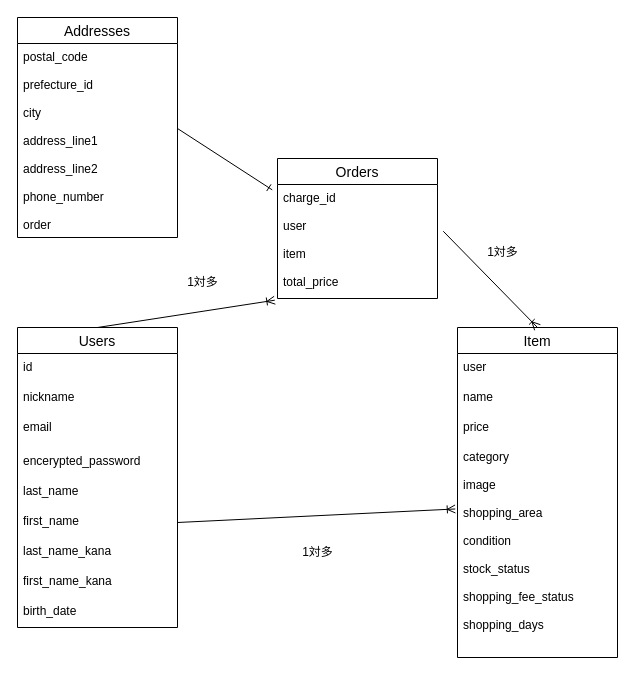
Before: test.dio in kphayato/furima-41459, a draw.io diagram. Source tidied: cells renumbered, new cells numbered last; positions are measured from the earlier drawing's top-left corner, leaving out a move shared by most shapes. Both pictures are drawn from the tidied source at 100%, with x=0, y=0 at pixel (17, 17).
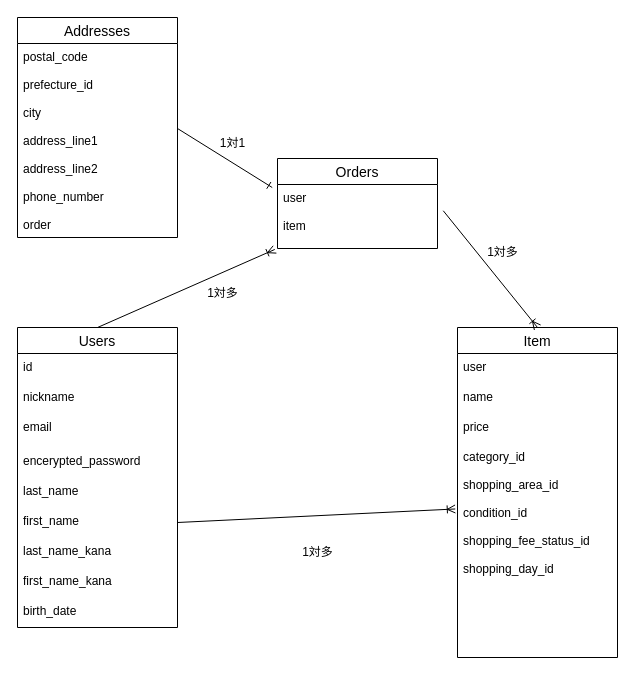
After the change.

Commit message (it also covers changes not shown here):
READMEの修正、ER図の修正

The change refers to these unchanged cells:
```xml
<mxCell id="5" value="Item" style="swimlane;fontStyle=0;horizontal=1;startSize=26;align=center;fontSize=14;" parent="1" vertex="1">
  <mxGeometry x="440" y="310" width="160" height="330" as="geometry" />
</mxCell>
```

Change to the diagram source:
```diff
@@
-    <mxCell id="9" value="category&#10;&#10;image&#10;&#10;shopping_area&#10;&#10;condition&#10;&#10;stock_status&#10;&#10;shopping_fee_status&#10;&#10;shopping_days&#10;" style="text;strokeColor=none;fillColor=none;spacingLeft=4;spacingRight=4;overflow=hidden;points=[[0,0.5],[1,0.5]];portConstraint=eastwest;fontSize=12;" parent="5" vertex="1">
+    <mxCell id="9" value="category_id&#10;&#10;shopping_area_id&#10;&#10;condition_id&#10;&#10;shopping_fee_status_id&#10;&#10;shopping_day_id&#10;" style="text;strokeColor=none;fillColor=none;spacingLeft=4;spacingRight=4;overflow=hidden;points=[[0,0.5],[1,0.5]];portConstraint=eastwest;fontSize=12;" parent="5" vertex="1">
       <mxGeometry y="116" width="160" height="214" as="geometry" />
     </mxCell>
     <mxCell id="10" value="Orders" style="swimlane;fontStyle=0;horizontal=1;startSize=26;align=center;fontSize=14;" parent="1" vertex="1">
-      <mxGeometry x="260" y="141" width="160" height="140" as="geometry" />
+      <mxGeometry x="260" y="141" width="160" height="90" as="geometry" />
     </mxCell>
-    <mxCell id="11" value="charge_id&#10;&#10;user&#10;&#10;item&#10;&#10;total_price&#10;" style="text;strokeColor=none;fillColor=none;spacingLeft=4;spacingRight=4;overflow=hidden;points=[[0,0.5],[1,0.5]];portConstraint=eastwest;fontSize=12;" parent="10" vertex="1">
-      <mxGeometry y="26" width="160" height="114" as="geometry" />
+    <mxCell id="11" value="user&#10;&#10;item" style="text;strokeColor=none;fillColor=none;spacingLeft=4;spacingRight=4;overflow=hidden;points=[[0,0.5],[1,0.5]];portConstraint=eastwest;fontSize=12;" parent="10" vertex="1">
+      <mxGeometry y="26" width="160" height="64" as="geometry" />
     </mxCell>
@@
     <mxCell id="22" value="1対多" style="text;html=1;align=center;verticalAlign=middle;strokeColor=none;fillColor=none;" parent="1" vertex="1">
-      <mxGeometry x="160" y="250" width="50" height="30" as="geometry" />
+      <mxGeometry x="180" y="261" width="50" height="30" as="geometry" />
     </mxCell>
@@
+    <mxCell id="28" value="1対1" style="text;html=1;align=center;verticalAlign=middle;strokeColor=none;fillColor=none;" parent="1" vertex="1">
+      <mxGeometry x="190" y="111" width="50" height="30" as="geometry" />
+    </mxCell>
```
